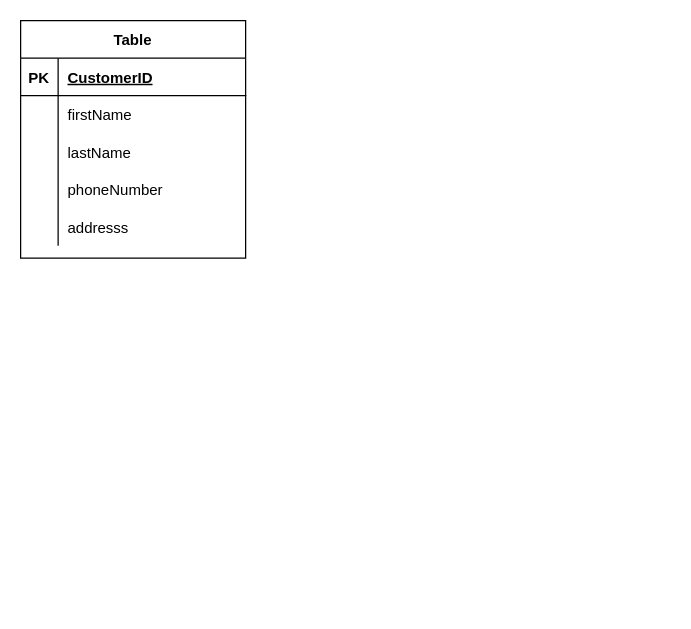
Above: Untitled Diagram.drawio in matowang/UoPeople-ER-Diagrams (draw.io), before the change. Source tidied: cells renumbered, new cells numbered last; positions are measured from the earlier drawing's top-left corner, leaving out a move shared by most shapes. Both pictures are drawn from the tidied source at 125%, with x=0, y=0 at pixel (20, 20).
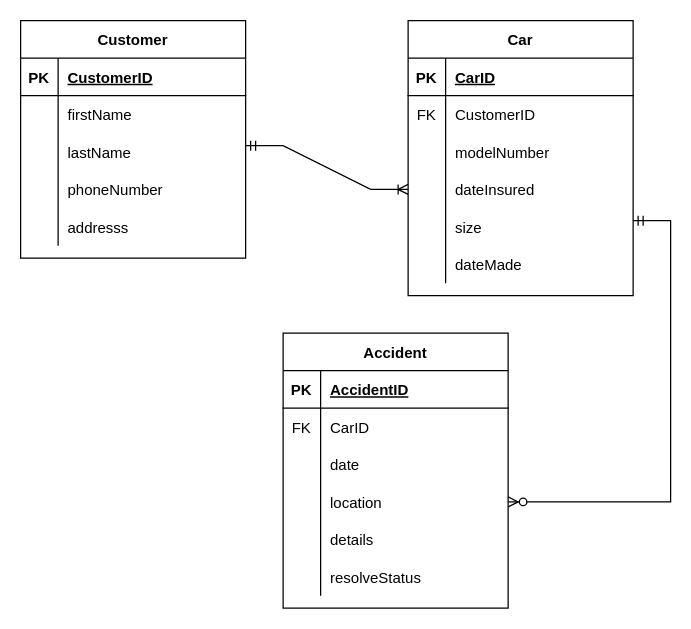
Above is the later version.

Diff of the diagram source:
```diff
@@
-    <mxCell id="2" value="Table" style="shape=table;startSize=30;childLayout=tableLayout;rowLines=0;fontStyle=1;align=center;" parent="1" vertex="1">
+    <mxCell id="2" value="Customer" style="shape=table;startSize=30;childLayout=tableLayout;rowLines=0;fontStyle=1;align=center;" parent="1" vertex="1">
       <mxGeometry width="180" height="190" as="geometry" />
     </mxCell>
@@
+    <mxCell id="18" value="Car" style="shape=table;startSize=30;childLayout=tableLayout;rowLines=0;fontStyle=1;align=center;" parent="1" vertex="1">
+      <mxGeometry x="310" width="180" height="220" as="geometry" />
+    </mxCell>
+    <mxCell id="19" style="shape=tableRow;horizontal=0;startSize=0;swimlaneHead=0;swimlaneBody=0;fillColor=none;top=0;left=0;right=0;bottom=1;" parent="18" vertex="1">
+      <mxGeometry y="30" width="180" height="30" as="geometry" />
+    </mxCell>
+    <mxCell id="20" value="PK" style="shape=partialRectangle;fillColor=none;top=0;left=0;bottom=0;right=0;fontStyle=1;overflow=hidden;" parent="19" vertex="1">
+      <mxGeometry width="30" height="30" as="geometry" />
+    </mxCell>
+    <mxCell id="21" value="CarID" style="shape=partialRectangle;fillColor=none;top=0;left=0;bottom=0;right=0;align=left;spacingLeft=6;fontStyle=5;overflow=hidden;" parent="19" vertex="1">
+      <mxGeometry x="30" width="150" height="30" as="geometry" />
+    </mxCell>
+    <mxCell id="22" style="shape=tableRow;horizontal=0;startSize=0;swimlaneHead=0;swimlaneBody=0;fillColor=none;top=0;left=0;right=0;bottom=0;" parent="18" vertex="1">
+      <mxGeometry y="60" width="180" height="30" as="geometry" />
+    </mxCell>
+    <mxCell id="23" value="FK" style="shape=partialRectangle;fillColor=none;top=0;left=0;bottom=0;right=0;overflow=hidden;" parent="22" vertex="1">
+      <mxGeometry width="30" height="30" as="geometry" />
+    </mxCell>
+    <mxCell id="24" value="CustomerID" style="shape=partialRectangle;fillColor=none;top=0;left=0;bottom=0;right=0;align=left;spacingLeft=6;overflow=hidden;" parent="22" vertex="1">
+      <mxGeometry x="30" width="150" height="30" as="geometry" />
+    </mxCell>
+    <mxCell id="25" style="shape=tableRow;horizontal=0;startSize=0;swimlaneHead=0;swimlaneBody=0;fillColor=none;top=0;left=0;right=0;bottom=0;" parent="18" vertex="1">
+      <mxGeometry y="90" width="180" height="30" as="geometry" />
+    </mxCell>
+    <mxCell id="26" style="shape=partialRectangle;fillColor=none;top=0;left=0;bottom=0;right=0;overflow=hidden;" parent="25" vertex="1">
+      <mxGeometry width="30" height="30" as="geometry" />
+    </mxCell>
+    <mxCell id="27" value="modelNumber" style="shape=partialRectangle;fillColor=none;top=0;left=0;bottom=0;right=0;align=left;spacingLeft=6;overflow=hidden;" parent="25" vertex="1">
+      <mxGeometry x="30" width="150" height="30" as="geometry" />
+    </mxCell>
+    <mxCell id="28" style="shape=tableRow;horizontal=0;startSize=0;swimlaneHead=0;swimlaneBody=0;fillColor=none;points=[[0,0.5],[1,0.5]];portConstraint=eastwest;top=0;left=0;right=0;bottom=0;" parent="18" vertex="1">
+      <mxGeometry y="120" width="180" height="30" as="geometry" />
+    </mxCell>
+    <mxCell id="29" style="shape=partialRectangle;fillColor=none;top=0;left=0;bottom=0;right=0;overflow=hidden;" parent="28" vertex="1">
+      <mxGeometry width="30" height="30" as="geometry" />
+    </mxCell>
+    <mxCell id="30" value="dateInsured" style="shape=partialRectangle;fillColor=none;top=0;left=0;bottom=0;right=0;align=left;spacingLeft=6;overflow=hidden;" parent="28" vertex="1">
+      <mxGeometry x="30" width="150" height="30" as="geometry" />
+    </mxCell>
+    <mxCell id="31" style="shape=tableRow;horizontal=0;startSize=0;swimlaneHead=0;swimlaneBody=0;fillColor=none;top=0;left=0;right=0;bottom=0;" parent="18" vertex="1">
+      <mxGeometry y="150" width="180" height="30" as="geometry" />
+    </mxCell>
+    <mxCell id="32" style="shape=partialRectangle;fillColor=none;top=0;left=0;bottom=0;right=0;overflow=hidden;" parent="31" vertex="1">
+      <mxGeometry width="30" height="30" as="geometry" />
+    </mxCell>
+    <mxCell id="33" value="size" style="shape=partialRectangle;fillColor=none;top=0;left=0;bottom=0;right=0;align=left;spacingLeft=6;overflow=hidden;" parent="31" vertex="1">
+      <mxGeometry x="30" width="150" height="30" as="geometry" />
+    </mxCell>
+    <mxCell id="34" style="shape=tableRow;horizontal=0;startSize=0;swimlaneHead=0;swimlaneBody=0;fillColor=none;top=0;left=0;right=0;bottom=0;" parent="18" vertex="1">
+      <mxGeometry y="180" width="180" height="30" as="geometry" />
+    </mxCell>
+    <mxCell id="35" style="shape=partialRectangle;fillColor=none;top=0;left=0;bottom=0;right=0;overflow=hidden;" parent="34" vertex="1">
+      <mxGeometry width="30" height="30" as="geometry" />
+    </mxCell>
+    <mxCell id="36" value="dateMade" style="shape=partialRectangle;fillColor=none;top=0;left=0;bottom=0;right=0;align=left;spacingLeft=6;overflow=hidden;" parent="34" vertex="1">
+      <mxGeometry x="30" width="150" height="30" as="geometry" />
+    </mxCell>
+    <mxCell id="37" style="edgeStyle=entityRelationEdgeStyle;fontSize=12;html=1;endArrow=ERoneToMany;startArrow=ERmandOne;rounded=0;entryX=0;entryY=0.5;entryDx=0;entryDy=0;" parent="1" edge="1" target="28">
+      <mxGeometry relative="1" as="geometry">
+        <mxPoint x="180" y="100" as="sourcePoint" />
+      </mxGeometry>
+    </mxCell>
+    <mxCell id="38" value="Accident" style="shape=table;startSize=30;childLayout=tableLayout;rowLines=0;fontStyle=1;align=center;" parent="1" vertex="1">
+      <mxGeometry x="210" y="250" width="180" height="220" as="geometry" />
+    </mxCell>
+    <mxCell id="39" style="shape=tableRow;horizontal=0;startSize=0;swimlaneHead=0;swimlaneBody=0;fillColor=none;top=0;left=0;right=0;bottom=1;" parent="38" vertex="1">
+      <mxGeometry y="30" width="180" height="30" as="geometry" />
+    </mxCell>
+    <mxCell id="40" value="PK" style="shape=partialRectangle;fillColor=none;top=0;left=0;bottom=0;right=0;fontStyle=1;overflow=hidden;" parent="39" vertex="1">
+      <mxGeometry width="30" height="30" as="geometry" />
+    </mxCell>
+    <mxCell id="41" value="AccidentID" style="shape=partialRectangle;fillColor=none;top=0;left=0;bottom=0;right=0;align=left;spacingLeft=6;fontStyle=5;overflow=hidden;" parent="39" vertex="1">
+      <mxGeometry x="30" width="150" height="30" as="geometry" />
+    </mxCell>
+    <mxCell id="42" style="shape=tableRow;horizontal=0;startSize=0;swimlaneHead=0;swimlaneBody=0;fillColor=none;top=0;left=0;right=0;bottom=0;" parent="38" vertex="1">
+      <mxGeometry y="60" width="180" height="30" as="geometry" />
+    </mxCell>
+    <mxCell id="43" value="FK" style="shape=partialRectangle;fillColor=none;top=0;left=0;bottom=0;right=0;overflow=hidden;" parent="42" vertex="1">
+      <mxGeometry width="30" height="30" as="geometry" />
+    </mxCell>
+    <mxCell id="44" value="CarID" style="shape=partialRectangle;fillColor=none;top=0;left=0;bottom=0;right=0;align=left;spacingLeft=6;overflow=hidden;" parent="42" vertex="1">
+      <mxGeometry x="30" width="150" height="30" as="geometry" />
+    </mxCell>
+    <mxCell id="45" style="shape=tableRow;horizontal=0;startSize=0;swimlaneHead=0;swimlaneBody=0;fillColor=none;top=0;left=0;right=0;bottom=0;" parent="38" vertex="1">
+      <mxGeometry y="90" width="180" height="30" as="geometry" />
+    </mxCell>
+    <mxCell id="46" style="shape=partialRectangle;fillColor=none;top=0;left=0;bottom=0;right=0;overflow=hidden;" parent="45" vertex="1">
+      <mxGeometry width="30" height="30" as="geometry" />
+    </mxCell>
+    <mxCell id="47" value="date" style="shape=partialRectangle;fillColor=none;top=0;left=0;bottom=0;right=0;align=left;spacingLeft=6;overflow=hidden;" parent="45" vertex="1">
+      <mxGeometry x="30" width="150" height="30" as="geometry" />
+    </mxCell>
+    <mxCell id="48" style="shape=tableRow;horizontal=0;startSize=0;swimlaneHead=0;swimlaneBody=0;fillColor=none;points=[[0,0.5],[1,0.5]];portConstraint=eastwest;top=0;left=0;right=0;bottom=0;" parent="38" vertex="1">
+      <mxGeometry y="120" width="180" height="30" as="geometry" />
+    </mxCell>
+    <mxCell id="49" style="shape=partialRectangle;fillColor=none;top=0;left=0;bottom=0;right=0;overflow=hidden;" parent="48" vertex="1">
+      <mxGeometry width="30" height="30" as="geometry" />
+    </mxCell>
+    <mxCell id="50" value="location" style="shape=partialRectangle;fillColor=none;top=0;left=0;bottom=0;right=0;align=left;spacingLeft=6;overflow=hidden;" parent="48" vertex="1">
+      <mxGeometry x="30" width="150" height="30" as="geometry" />
+    </mxCell>
+    <mxCell id="51" style="shape=tableRow;horizontal=0;startSize=0;swimlaneHead=0;swimlaneBody=0;fillColor=none;top=0;left=0;right=0;bottom=0;" parent="38" vertex="1">
+      <mxGeometry y="150" width="180" height="30" as="geometry" />
+    </mxCell>
+    <mxCell id="52" style="shape=partialRectangle;fillColor=none;top=0;left=0;bottom=0;right=0;overflow=hidden;" parent="51" vertex="1">
+      <mxGeometry width="30" height="30" as="geometry" />
+    </mxCell>
+    <mxCell id="53" value="details" style="shape=partialRectangle;fillColor=none;top=0;left=0;bottom=0;right=0;align=left;spacingLeft=6;overflow=hidden;" parent="51" vertex="1">
+      <mxGeometry x="30" width="150" height="30" as="geometry" />
+    </mxCell>
+    <mxCell id="54" style="shape=tableRow;horizontal=0;startSize=0;swimlaneHead=0;swimlaneBody=0;fillColor=none;top=0;left=0;right=0;bottom=0;" parent="38" vertex="1">
+      <mxGeometry y="180" width="180" height="30" as="geometry" />
+    </mxCell>
+    <mxCell id="55" style="shape=partialRectangle;fillColor=none;top=0;left=0;bottom=0;right=0;overflow=hidden;" parent="54" vertex="1">
+      <mxGeometry width="30" height="30" as="geometry" />
+    </mxCell>
+    <mxCell id="56" value="resolveStatus" style="shape=partialRectangle;fillColor=none;top=0;left=0;bottom=0;right=0;align=left;spacingLeft=6;overflow=hidden;" parent="54" vertex="1">
+      <mxGeometry x="30" width="150" height="30" as="geometry" />
+    </mxCell>
+    <mxCell id="57" style="edgeStyle=entityRelationEdgeStyle;fontSize=12;html=1;endArrow=ERzeroToMany;startArrow=ERmandOne;entryX=1;entryY=0.5;entryDx=0;entryDy=0;jumpSize=7;strokeColor=default;rounded=0;" parent="1" edge="1" target="48">
+      <mxGeometry relative="1" as="geometry">
+        <mxPoint x="490" y="160" as="sourcePoint" />
+      </mxGeometry>
+    </mxCell>
```
